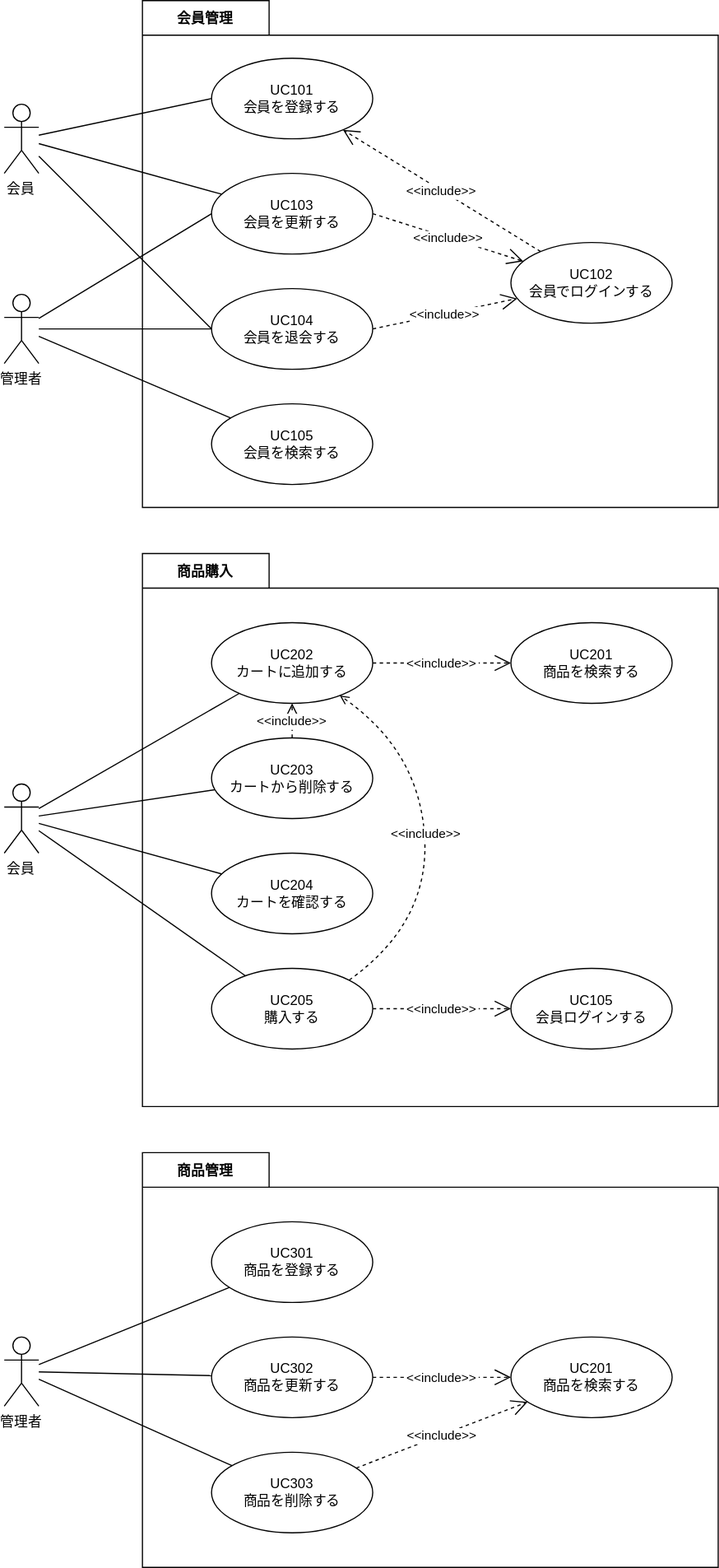
The draw.io diagram documents/10_要件定義/image/usecase.drawio.svg in la-java-silicon-2021/shopping-doc, before a commit. Source tidied: cells renumbered, new cells last; positions are measured from the earlier drawing's top-left corner, leaving out a move shared by most shapes.
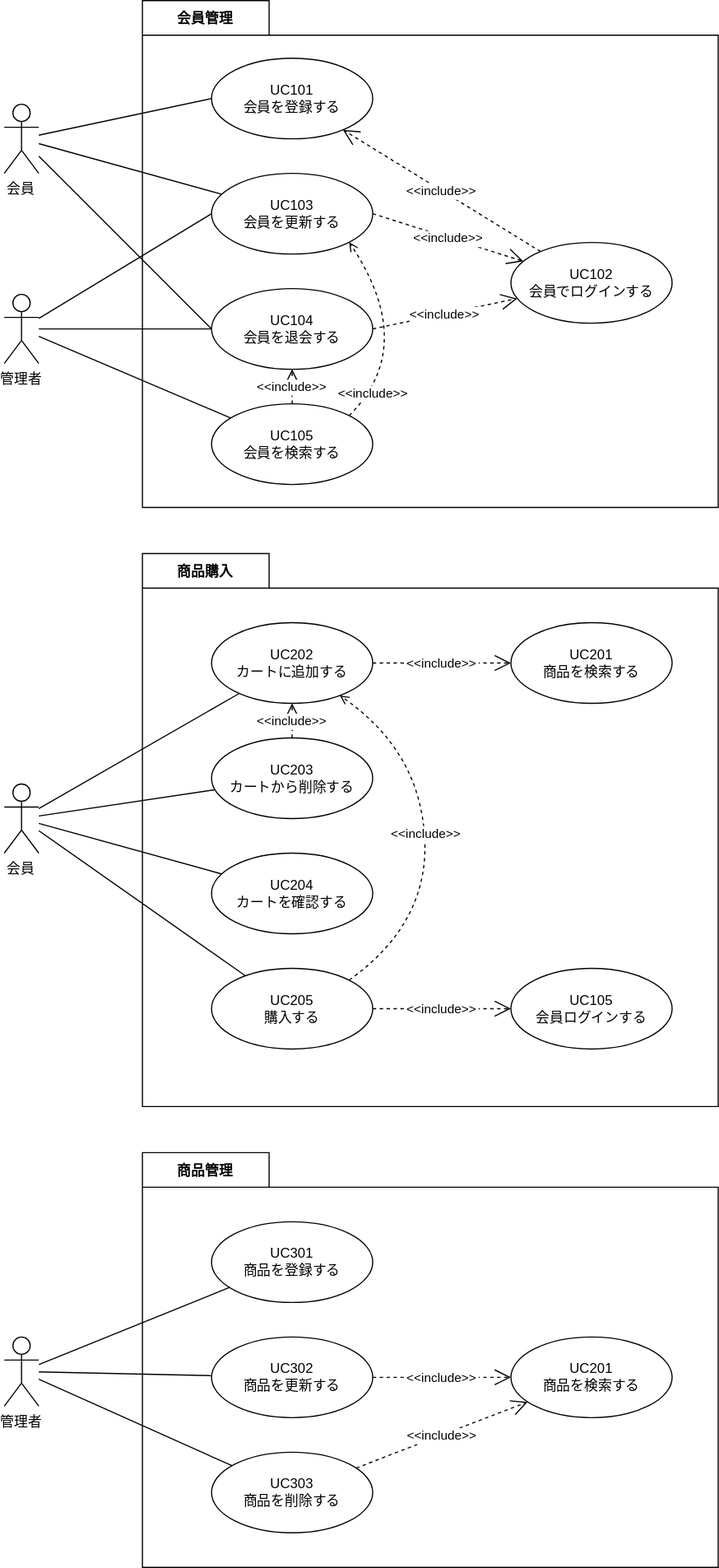
The same diagram one commit later.

Commit message:
usecase.drawio.svg を更新します

What changed in the source:
```diff
@@ -144,5 +144,22 @@
         <mxPoint y="10" as="offset" />
       </mxGeometry>
     </mxCell>
+    <mxCell id="47" style="curved=1;endArrow=open;html=1;rounded=0;exitX=1;exitY=0;exitDx=0;exitDy=0;dashed=1;endFill=0;entryX=1;entryY=1;entryDx=0;entryDy=0;" parent="1" edge="1" source="7" target="5">
+      <mxGeometry relative="1" as="geometry">
+        <Array as="points">
+          <mxPoint x="360" y="300" />
+        </Array>
+      </mxGeometry>
+    </mxCell>
+    <mxCell id="48" value="&amp;lt;&amp;lt;include&amp;gt;&amp;gt;" style="edgeLabel;html=1;align=center;verticalAlign=middle;" parent="47" vertex="1">
+      <mxGeometry x="0.08" y="-1" relative="1" as="geometry">
+        <mxPoint x="-30" y="57" as="offset" />
+      </mxGeometry>
+    </mxCell>
+    <mxCell id="49" value="&lt;&lt;include&gt;&gt;" style="endArrow=open;endSize=12;dashed=1;entryX=0.5;entryY=1;entryDx=0;entryDy=0;" parent="1" edge="1" target="6">
+      <mxGeometry relative="1" as="geometry">
+        <mxPoint x="250" y="350" as="sourcePoint" />
+      </mxGeometry>
+    </mxCell>
   </root>
 </mxGraphModel>
```
